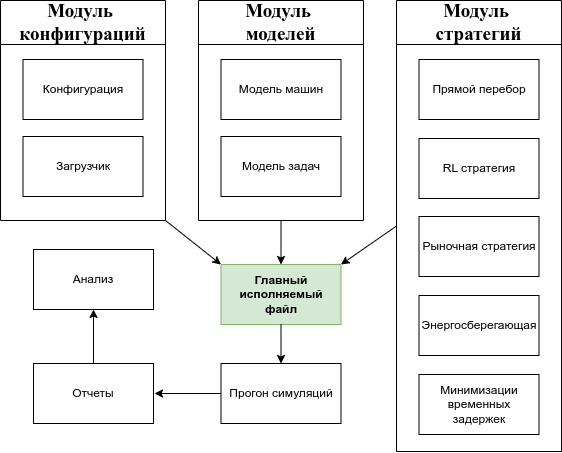
Before: Dissertation/images/drawio/programm.drawio.png, a diagram exported from draw.io (dreddsa5dies/phd). Source tidied: cells renumbered, new cells last; positions are measured from the earlier drawing's top-left corner, leaving out a move shared by most shapes. The source it was exported from:
```xml
<mxGraphModel>
  <root>
    <mxCell id="0" />
    <mxCell id="1" parent="0" />
    <mxCell id="2" value="Главный исполняемый файл" style="rounded=0;whiteSpace=wrap;html=1;fillColor=#d5e8d4;strokeColor=#82b366;fontStyle=1;" parent="1" vertex="1">
      <mxGeometry x="220.5" y="264" width="120" height="60" as="geometry" />
    </mxCell>
    <mxCell id="3" value="Модуль&amp;nbsp;&lt;div&gt;стратегий&lt;/div&gt;" style="swimlane;whiteSpace=wrap;html=1;fontFamily=Times New Roman;fontSize=19;startSize=44;" parent="1" vertex="1">
      <mxGeometry x="396" width="165" height="451" as="geometry" />
    </mxCell>
    <mxCell id="4" value="Прямой перебор" style="rounded=0;whiteSpace=wrap;html=1;" parent="3" vertex="1">
      <mxGeometry x="22.5" y="59" width="120" height="60" as="geometry" />
    </mxCell>
    <mxCell id="5" value="RL стратегия" style="rounded=0;whiteSpace=wrap;html=1;" parent="3" vertex="1">
      <mxGeometry x="22.5" y="138" width="120" height="60" as="geometry" />
    </mxCell>
    <mxCell id="6" value="Рыночная стратегия" style="rounded=0;whiteSpace=wrap;html=1;" parent="3" vertex="1">
      <mxGeometry x="22.5" y="216" width="120" height="60" as="geometry" />
    </mxCell>
    <mxCell id="7" value="Энергосберегающая" style="rounded=0;whiteSpace=wrap;html=1;" parent="3" vertex="1">
      <mxGeometry x="22.5" y="295" width="120" height="60" as="geometry" />
    </mxCell>
    <mxCell id="8" value="Минимизации&lt;br&gt;временных&lt;div&gt;задержек&lt;/div&gt;" style="rounded=0;whiteSpace=wrap;html=1;" parent="3" vertex="1">
      <mxGeometry x="22.5" y="374" width="120" height="60" as="geometry" />
    </mxCell>
    <mxCell id="9" value="Модуль&amp;nbsp;&lt;div&gt;моделей&lt;/div&gt;" style="swimlane;whiteSpace=wrap;html=1;fontFamily=Times New Roman;fontSize=19;startSize=44;" parent="1" vertex="1">
      <mxGeometry x="198" width="165" height="220" as="geometry" />
    </mxCell>
    <mxCell id="10" value="Модель машин" style="rounded=0;whiteSpace=wrap;html=1;" parent="9" vertex="1">
      <mxGeometry x="22.5" y="59" width="120" height="60" as="geometry" />
    </mxCell>
    <mxCell id="11" value="Модель задач" style="rounded=0;whiteSpace=wrap;html=1;" parent="9" vertex="1">
      <mxGeometry x="22.5" y="136" width="120" height="60" as="geometry" />
    </mxCell>
    <mxCell id="12" value="Модуль&amp;nbsp;&lt;div&gt;конфигураций&lt;/div&gt;" style="swimlane;whiteSpace=wrap;html=1;fontFamily=Times New Roman;fontSize=19;startSize=44;" parent="1" vertex="1">
      <mxGeometry width="165" height="220" as="geometry" />
    </mxCell>
    <mxCell id="13" value="Конфигурация" style="rounded=0;whiteSpace=wrap;html=1;" parent="12" vertex="1">
      <mxGeometry x="22.5" y="59" width="120" height="60" as="geometry" />
    </mxCell>
    <mxCell id="14" value="Загрузчик" style="rounded=0;whiteSpace=wrap;html=1;" parent="12" vertex="1">
      <mxGeometry x="22.5" y="136" width="120" height="60" as="geometry" />
    </mxCell>
    <mxCell id="15" style="endArrow=classic;html=1;rounded=0;exitX=1;exitY=1;exitDx=0;exitDy=0;entryX=0;entryY=0;entryDx=0;entryDy=0;" parent="1" edge="1" source="12" target="2">
      <mxGeometry relative="1" as="geometry" />
    </mxCell>
    <mxCell id="16" style="endArrow=classic;html=1;rounded=0;exitX=0.5;exitY=1;exitDx=0;exitDy=0;entryX=0.5;entryY=0;entryDx=0;entryDy=0;" parent="1" edge="1" source="9" target="2">
      <mxGeometry relative="1" as="geometry" />
    </mxCell>
    <mxCell id="17" style="endArrow=classic;html=1;rounded=0;entryX=1;entryY=0;entryDx=0;entryDy=0;exitX=0;exitY=0.5;exitDx=0;exitDy=0;" parent="1" edge="1" source="3" target="2">
      <mxGeometry relative="1" as="geometry" />
    </mxCell>
    <mxCell id="18" value="Прогон симуляций" style="rounded=0;whiteSpace=wrap;html=1;" parent="1" vertex="1">
      <mxGeometry x="220.5" y="363" width="120" height="60" as="geometry" />
    </mxCell>
    <mxCell id="19" style="endArrow=classic;html=1;rounded=0;entryX=0.5;entryY=0;entryDx=0;entryDy=0;" parent="1" edge="1" source="2" target="18">
      <mxGeometry relative="1" as="geometry" />
    </mxCell>
    <mxCell id="20" style="endArrow=classic;html=1;rounded=0;exitX=0;exitY=0.5;exitDx=0;exitDy=0;" parent="1" edge="1" source="18">
      <mxGeometry relative="1" as="geometry">
        <mxPoint x="154" y="393" as="targetPoint" />
      </mxGeometry>
    </mxCell>
    <mxCell id="21" value="Отчеты" style="rounded=0;whiteSpace=wrap;html=1;" parent="1" vertex="1">
      <mxGeometry x="33" y="363" width="120" height="60" as="geometry" />
    </mxCell>
    <mxCell id="22" value="Анализ" style="rounded=0;whiteSpace=wrap;html=1;" parent="1" vertex="1">
      <mxGeometry x="33" y="249" width="120" height="60" as="geometry" />
    </mxCell>
    <mxCell id="23" style="endArrow=classic;html=1;rounded=0;exitX=0.5;exitY=0;exitDx=0;exitDy=0;entryX=0.5;entryY=1;entryDx=0;entryDy=0;" parent="1" edge="1" source="21" target="22">
      <mxGeometry relative="1" as="geometry" />
    </mxCell>
  </root>
</mxGraphModel>
```
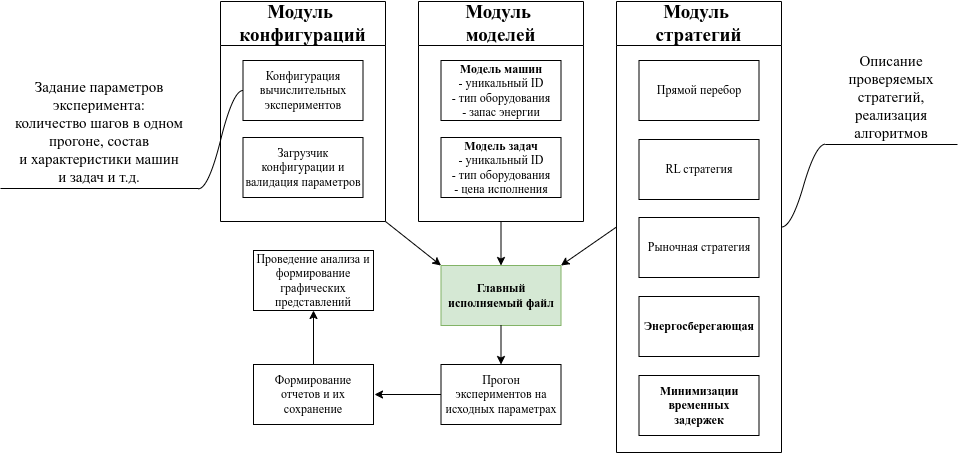
The same diagram one commit later.

What changed in the source:
```diff
@@ -2,73 +2,89 @@
   <root>
     <mxCell id="0" />
     <mxCell id="1" parent="0" />
-    <mxCell id="2" value="Главный исполняемый файл" style="rounded=0;whiteSpace=wrap;html=1;fillColor=#d5e8d4;strokeColor=#82b366;fontStyle=1;" parent="1" vertex="1">
+    <mxCell id="2" value="Главный исполняемый файл" style="rounded=0;whiteSpace=wrap;html=1;fillColor=#d5e8d4;strokeColor=#82b366;fontStyle=1;fontFamily=Times New Roman;" parent="1" vertex="1">
       <mxGeometry x="220.5" y="264" width="120" height="60" as="geometry" />
     </mxCell>
     <mxCell id="3" value="Модуль&amp;nbsp;&lt;div&gt;стратегий&lt;/div&gt;" style="swimlane;whiteSpace=wrap;html=1;fontFamily=Times New Roman;fontSize=19;startSize=44;" parent="1" vertex="1">
       <mxGeometry x="396" width="165" height="451" as="geometry" />
     </mxCell>
-    <mxCell id="4" value="Прямой перебор" style="rounded=0;whiteSpace=wrap;html=1;" parent="3" vertex="1">
+    <mxCell id="4" value="Прямой перебор" style="rounded=0;whiteSpace=wrap;html=1;fontFamily=Times New Roman;" parent="3" vertex="1">
       <mxGeometry x="22.5" y="59" width="120" height="60" as="geometry" />
     </mxCell>
-    <mxCell id="5" value="RL стратегия" style="rounded=0;whiteSpace=wrap;html=1;" parent="3" vertex="1">
+    <mxCell id="5" value="RL стратегия" style="rounded=0;whiteSpace=wrap;html=1;fontFamily=Times New Roman;" parent="3" vertex="1">
       <mxGeometry x="22.5" y="138" width="120" height="60" as="geometry" />
     </mxCell>
-    <mxCell id="6" value="Рыночная стратегия" style="rounded=0;whiteSpace=wrap;html=1;" parent="3" vertex="1">
+    <mxCell id="6" value="Рыночная стратегия" style="rounded=0;whiteSpace=wrap;html=1;fontFamily=Times New Roman;" parent="3" vertex="1">
       <mxGeometry x="22.5" y="216" width="120" height="60" as="geometry" />
     </mxCell>
-    <mxCell id="7" value="Энергосберегающая" style="rounded=0;whiteSpace=wrap;html=1;" parent="3" vertex="1">
+    <mxCell id="7" value="Энергосберегающая" style="rounded=0;whiteSpace=wrap;html=1;fontFamily=Times New Roman;fontStyle=1;" parent="3" vertex="1">
       <mxGeometry x="22.5" y="295" width="120" height="60" as="geometry" />
     </mxCell>
-    <mxCell id="8" value="Минимизации&lt;br&gt;временных&lt;div&gt;задержек&lt;/div&gt;" style="rounded=0;whiteSpace=wrap;html=1;" parent="3" vertex="1">
+    <mxCell id="8" value="Минимизации&lt;br&gt;временных&lt;div&gt;задержек&lt;/div&gt;" style="rounded=0;whiteSpace=wrap;html=1;fontFamily=Times New Roman;fontStyle=1;" parent="3" vertex="1">
       <mxGeometry x="22.5" y="374" width="120" height="60" as="geometry" />
     </mxCell>
     <mxCell id="9" value="Модуль&amp;nbsp;&lt;div&gt;моделей&lt;/div&gt;" style="swimlane;whiteSpace=wrap;html=1;fontFamily=Times New Roman;fontSize=19;startSize=44;" parent="1" vertex="1">
       <mxGeometry x="198" width="165" height="220" as="geometry" />
     </mxCell>
-    <mxCell id="10" value="Модель машин" style="rounded=0;whiteSpace=wrap;html=1;" parent="9" vertex="1">
+    <mxCell id="10" value="&lt;b&gt;Модель машин&lt;/b&gt;&lt;div&gt;- уникальный ID&lt;/div&gt;&lt;div&gt;- тип оборудования&lt;/div&gt;&lt;div&gt;- запас энергии&lt;/div&gt;" style="rounded=0;whiteSpace=wrap;html=1;fontFamily=Times New Roman;" parent="9" vertex="1">
       <mxGeometry x="22.5" y="59" width="120" height="60" as="geometry" />
     </mxCell>
-    <mxCell id="11" value="Модель задач" style="rounded=0;whiteSpace=wrap;html=1;" parent="9" vertex="1">
+    <mxCell id="11" value="&lt;b&gt;Модель задач&lt;/b&gt;&lt;div&gt;&lt;div&gt;- уникальный ID&lt;/div&gt;&lt;div&gt;- тип оборудования&lt;/div&gt;&lt;div&gt;- цена исполнения&lt;/div&gt;&lt;/div&gt;" style="rounded=0;whiteSpace=wrap;html=1;fontFamily=Times New Roman;" parent="9" vertex="1">
       <mxGeometry x="22.5" y="136" width="120" height="60" as="geometry" />
     </mxCell>
     <mxCell id="12" value="Модуль&amp;nbsp;&lt;div&gt;конфигураций&lt;/div&gt;" style="swimlane;whiteSpace=wrap;html=1;fontFamily=Times New Roman;fontSize=19;startSize=44;" parent="1" vertex="1">
       <mxGeometry width="165" height="220" as="geometry" />
     </mxCell>
-    <mxCell id="13" value="Конфигурация" style="rounded=0;whiteSpace=wrap;html=1;" parent="12" vertex="1">
+    <mxCell id="13" value="Конфигурация&lt;div&gt;вычислительных&lt;/div&gt;&lt;div&gt;экспериментов&lt;/div&gt;" style="rounded=0;whiteSpace=wrap;html=1;fontFamily=Times New Roman;" parent="12" vertex="1">
       <mxGeometry x="22.5" y="59" width="120" height="60" as="geometry" />
     </mxCell>
-    <mxCell id="14" value="Загрузчик" style="rounded=0;whiteSpace=wrap;html=1;" parent="12" vertex="1">
+    <mxCell id="14" value="Загрузчик конфигурации и валидация параметров" style="rounded=0;whiteSpace=wrap;html=1;fontFamily=Times New Roman;" parent="12" vertex="1">
       <mxGeometry x="22.5" y="136" width="120" height="60" as="geometry" />
     </mxCell>
-    <mxCell id="15" style="endArrow=classic;html=1;rounded=0;exitX=1;exitY=1;exitDx=0;exitDy=0;entryX=0;entryY=0;entryDx=0;entryDy=0;" parent="1" edge="1" source="12" target="2">
+    <mxCell id="15" style="endArrow=classic;html=1;rounded=0;exitX=1;exitY=1;exitDx=0;exitDy=0;entryX=0;entryY=0;entryDx=0;entryDy=0;fontFamily=Times New Roman;" parent="1" edge="1" source="12" target="2">
       <mxGeometry relative="1" as="geometry" />
     </mxCell>
-    <mxCell id="16" style="endArrow=classic;html=1;rounded=0;exitX=0.5;exitY=1;exitDx=0;exitDy=0;entryX=0.5;entryY=0;entryDx=0;entryDy=0;" parent="1" edge="1" source="9" target="2">
+    <mxCell id="16" style="endArrow=classic;html=1;rounded=0;exitX=0.5;exitY=1;exitDx=0;exitDy=0;entryX=0.5;entryY=0;entryDx=0;entryDy=0;fontFamily=Times New Roman;" parent="1" edge="1" source="9" target="2">
       <mxGeometry relative="1" as="geometry" />
     </mxCell>
-    <mxCell id="17" style="endArrow=classic;html=1;rounded=0;entryX=1;entryY=0;entryDx=0;entryDy=0;exitX=0;exitY=0.5;exitDx=0;exitDy=0;" parent="1" edge="1" source="3" target="2">
+    <mxCell id="17" style="endArrow=classic;html=1;rounded=0;entryX=1;entryY=0;entryDx=0;entryDy=0;exitX=0;exitY=0.5;exitDx=0;exitDy=0;fontFamily=Times New Roman;" parent="1" edge="1" source="3" target="2">
       <mxGeometry relative="1" as="geometry" />
     </mxCell>
-    <mxCell id="18" value="Прогон симуляций" style="rounded=0;whiteSpace=wrap;html=1;" parent="1" vertex="1">
+    <mxCell id="18" value="Прогон &lt;br&gt;экспериментов на исходных параметрах" style="rounded=0;whiteSpace=wrap;html=1;fontFamily=Times New Roman;" parent="1" vertex="1">
       <mxGeometry x="220.5" y="363" width="120" height="60" as="geometry" />
     </mxCell>
-    <mxCell id="19" style="endArrow=classic;html=1;rounded=0;entryX=0.5;entryY=0;entryDx=0;entryDy=0;" parent="1" edge="1" source="2" target="18">
+    <mxCell id="19" style="endArrow=classic;html=1;rounded=0;entryX=0.5;entryY=0;entryDx=0;entryDy=0;fontFamily=Times New Roman;" parent="1" edge="1" source="2" target="18">
       <mxGeometry relative="1" as="geometry" />
     </mxCell>
-    <mxCell id="20" style="endArrow=classic;html=1;rounded=0;exitX=0;exitY=0.5;exitDx=0;exitDy=0;" parent="1" edge="1" source="18">
+    <mxCell id="20" style="endArrow=classic;html=1;rounded=0;exitX=0;exitY=0.5;exitDx=0;exitDy=0;fontFamily=Times New Roman;" parent="1" edge="1" source="18">
       <mxGeometry relative="1" as="geometry">
         <mxPoint x="154" y="393" as="targetPoint" />
       </mxGeometry>
     </mxCell>
-    <mxCell id="21" value="Отчеты" style="rounded=0;whiteSpace=wrap;html=1;" parent="1" vertex="1">
+    <mxCell id="21" value="Формирование отчетов и их сохранение" style="rounded=0;whiteSpace=wrap;html=1;fontFamily=Times New Roman;" parent="1" vertex="1">
       <mxGeometry x="33" y="363" width="120" height="60" as="geometry" />
     </mxCell>
-    <mxCell id="22" value="Анализ" style="rounded=0;whiteSpace=wrap;html=1;" parent="1" vertex="1">
+    <mxCell id="22" value="Проведение анализа и формирование графических представлений" style="rounded=0;whiteSpace=wrap;html=1;fontFamily=Times New Roman;" parent="1" vertex="1">
       <mxGeometry x="33" y="249" width="120" height="60" as="geometry" />
     </mxCell>
-    <mxCell id="23" style="endArrow=classic;html=1;rounded=0;exitX=0.5;exitY=0;exitDx=0;exitDy=0;entryX=0.5;entryY=1;entryDx=0;entryDy=0;" parent="1" edge="1" source="21" target="22">
+    <mxCell id="23" style="endArrow=classic;html=1;rounded=0;exitX=0.5;exitY=0;exitDx=0;exitDy=0;entryX=0.5;entryY=1;entryDx=0;entryDy=0;fontFamily=Times New Roman;" parent="1" edge="1" source="21" target="22">
       <mxGeometry relative="1" as="geometry" />
     </mxCell>
+    <mxCell id="24" value="Задание параметров эксперимента:&lt;div&gt;количество шагов в одном прогоне, состав &lt;br&gt;и характеристики машин &lt;br&gt;и задач и т.д.&lt;/div&gt;" style="whiteSpace=wrap;html=1;shape=partialRectangle;top=0;left=0;bottom=1;right=0;points=[[0,1],[1,1]];fillColor=none;align=center;verticalAlign=bottom;routingCenterY=0.5;snapToPoint=1;newEdgeStyle={&quot;edgeStyle&quot;:&quot;entityRelationEdgeStyle&quot;,&quot;startArrow&quot;:&quot;none&quot;,&quot;endArrow&quot;:&quot;none&quot;,&quot;segment&quot;:10,&quot;curved&quot;:1,&quot;sourcePerimeterSpacing&quot;:0,&quot;targetPerimeterSpacing&quot;:0};fontFamily=Times New Roman;fontSize=15;" parent="1" vertex="1">
+      <mxGeometry x="-220" y="99" width="198" height="88" as="geometry" />
+    </mxCell>
+    <mxCell id="25" style="edgeStyle=entityRelationEdgeStyle;startArrow=none;endArrow=none;segment=10;curved=1;sourcePerimeterSpacing=0;targetPerimeterSpacing=0;rounded=0;fontFamily=Times New Roman;" parent="1" edge="1" source="13" target="24">
+      <mxGeometry relative="1" as="geometry" />
+    </mxCell>
+    <mxCell id="26" value="Описание проверяемых стратегий, реализация алгоритмов" style="whiteSpace=wrap;html=1;shape=partialRectangle;top=0;left=0;bottom=1;right=0;points=[[0,1],[1,1]];fillColor=none;align=center;verticalAlign=bottom;routingCenterY=0.5;snapToPoint=1;newEdgeStyle={&quot;edgeStyle&quot;:&quot;entityRelationEdgeStyle&quot;,&quot;startArrow&quot;:&quot;none&quot;,&quot;endArrow&quot;:&quot;none&quot;,&quot;segment&quot;:10,&quot;curved&quot;:1,&quot;sourcePerimeterSpacing&quot;:0,&quot;targetPerimeterSpacing&quot;:0};fontFamily=Times New Roman;fontSize=15;" parent="1" vertex="1">
+      <mxGeometry x="605" y="110" width="132" height="33" as="geometry" />
+    </mxCell>
+    <mxCell id="27" style="edgeStyle=entityRelationEdgeStyle;startArrow=none;endArrow=none;segment=10;curved=1;sourcePerimeterSpacing=0;targetPerimeterSpacing=0;rounded=0;exitX=1;exitY=0.5;exitDx=0;exitDy=0;" parent="1" edge="1" source="3" target="26">
+      <mxGeometry relative="1" as="geometry">
+        <Array as="points">
+          <mxPoint x="561" y="218" />
+        </Array>
+      </mxGeometry>
+    </mxCell>
   </root>
 </mxGraphModel>
```
